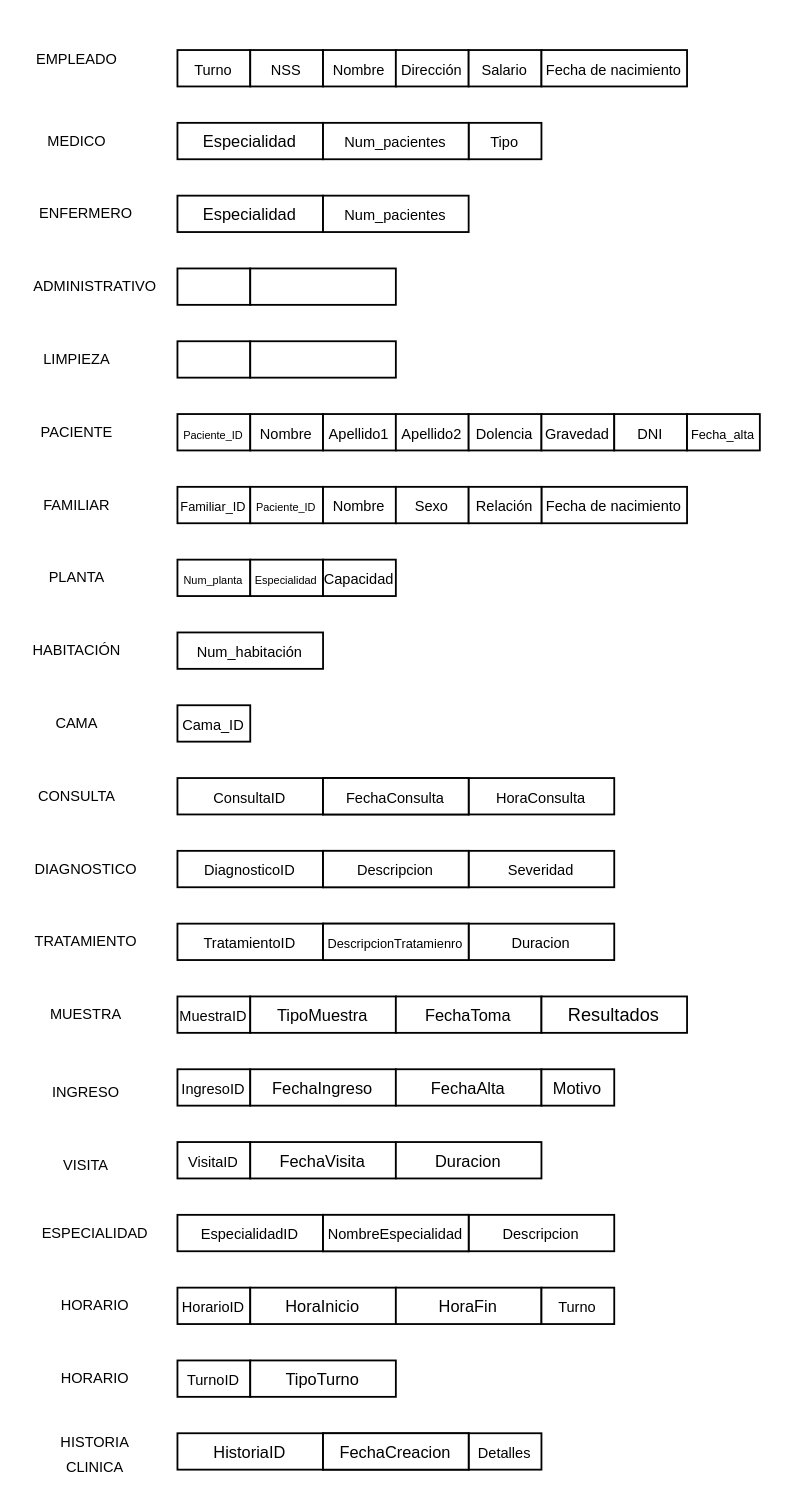
Before: Hospital_entdiad_relacion.drawio in JaviOsuna/Hospital, a draw.io diagram. Source tidied: cells renumbered, new cells numbered last; positions are measured from the earlier drawing's top-left corner, leaving out a move shared by most shapes. Both pictures are drawn from the tidied source at 182%, with x=0, y=0 at pixel (31, 31).
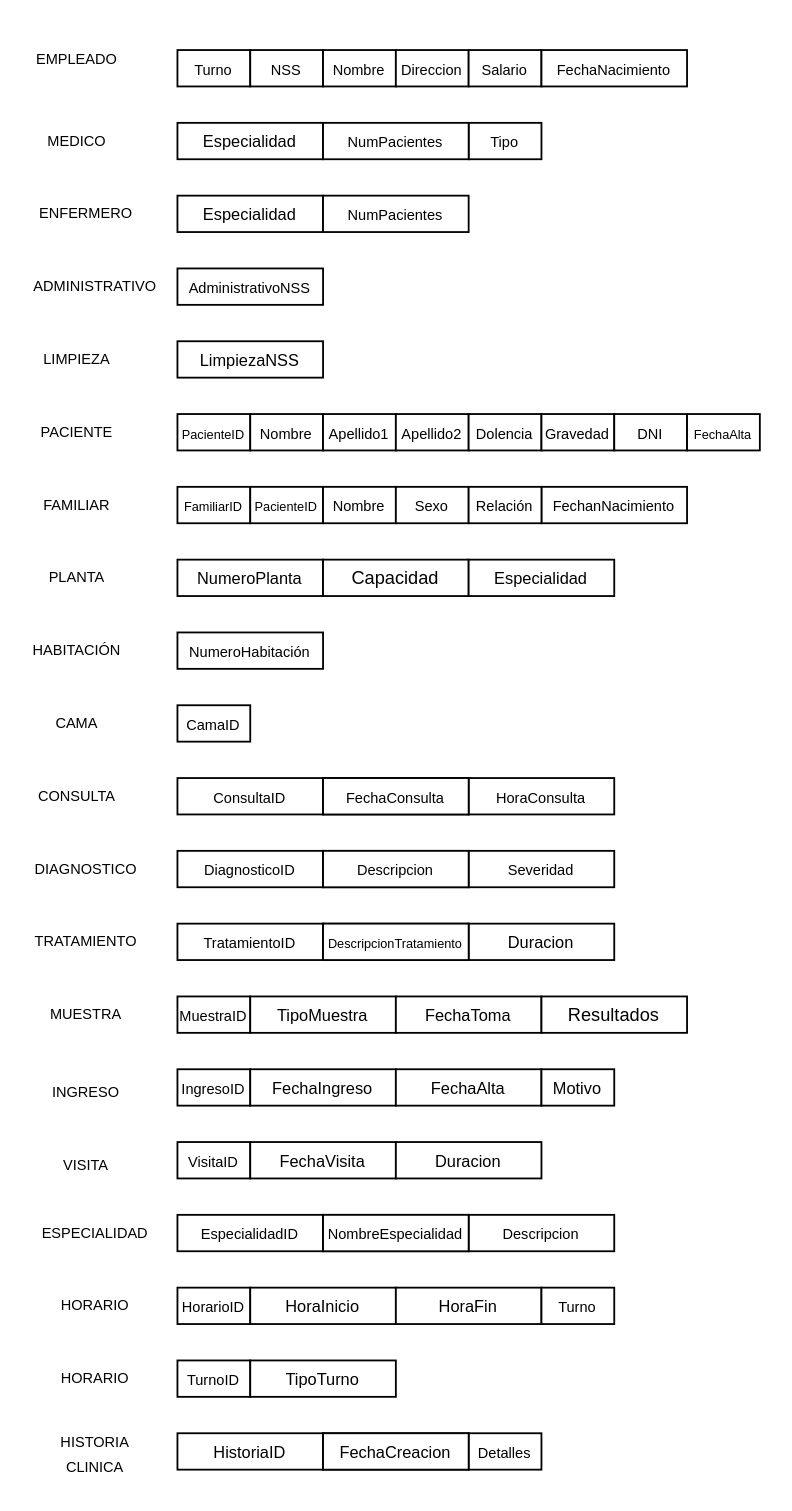
The same diagram, later.

Change to the diagram source:
```diff
@@
-    <mxCell id="11" value="&lt;font style=&quot;font-size: 8px;&quot;&gt;Dirección&lt;/font&gt;" style="text;html=1;align=center;verticalAlign=middle;whiteSpace=wrap;rounded=0;" parent="1" vertex="1">
+    <mxCell id="11" value="&lt;font style=&quot;font-size: 8px;&quot;&gt;Direccion&lt;/font&gt;" style="text;html=1;align=center;verticalAlign=middle;whiteSpace=wrap;rounded=0;" parent="1" vertex="1">
       <mxGeometry x="200" y="10" width="40" height="20" as="geometry" />
     </mxCell>
-    <mxCell id="12" value="&lt;font style=&quot;font-size: 8px;&quot;&gt;Fecha de nacimiento&lt;/font&gt;" style="text;html=1;align=center;verticalAlign=middle;whiteSpace=wrap;rounded=0;strokeWidth=0;" parent="1" vertex="1">
+    <mxCell id="12" value="&lt;font style=&quot;font-size: 8px;&quot;&gt;FechaNacimiento&lt;/font&gt;" style="text;html=1;align=center;verticalAlign=middle;whiteSpace=wrap;rounded=0;strokeWidth=0;" parent="1" vertex="1">
       <mxGeometry x="280" y="10" width="80" height="20" as="geometry" />
     </mxCell>
@@
-    <mxCell id="20" value="&lt;font style=&quot;font-size: 6px;&quot;&gt;Paciente_ID&lt;/font&gt;" style="text;html=1;align=center;verticalAlign=middle;whiteSpace=wrap;rounded=0;" parent="1" vertex="1">
+    <mxCell id="20" value="&lt;font style=&quot;font-size: 7px;&quot;&gt;PacienteID&lt;/font&gt;" style="text;html=1;align=center;verticalAlign=middle;whiteSpace=wrap;rounded=0;" parent="1" vertex="1">
       <mxGeometry x="80" y="210" width="40" height="20" as="geometry" />
     </mxCell>
@@
-    <mxCell id="35" value="&lt;font style=&quot;font-size: 8px;&quot;&gt;Num_&lt;/font&gt;&lt;span style=&quot;font-size: 8px; background-color: initial;&quot;&gt;pacientes&lt;/span&gt;" style="text;html=1;align=center;verticalAlign=middle;whiteSpace=wrap;rounded=0;" parent="1" vertex="1">
+    <mxCell id="35" value="&lt;font style=&quot;font-size: 8px;&quot;&gt;NumP&lt;/font&gt;&lt;span style=&quot;font-size: 8px; background-color: initial;&quot;&gt;acientes&lt;/span&gt;" style="text;html=1;align=center;verticalAlign=middle;whiteSpace=wrap;rounded=0;" parent="1" vertex="1">
       <mxGeometry x="160" y="50" width="80" height="20" as="geometry" />
     </mxCell>
@@
-    <mxCell id="39" value="&lt;font style=&quot;font-size: 8px;&quot;&gt;Cama_ID&lt;/font&gt;" style="rounded=0;whiteSpace=wrap;html=1;" parent="1" vertex="1">
+    <mxCell id="39" value="&lt;font style=&quot;font-size: 8px;&quot;&gt;CamaID&lt;/font&gt;" style="rounded=0;whiteSpace=wrap;html=1;" parent="1" vertex="1">
       <mxGeometry x="80" y="370" width="40" height="20" as="geometry" />
     </mxCell>
@@
-    <mxCell id="42" value="&lt;font style=&quot;font-size: 8px;&quot;&gt;Num_&lt;/font&gt;&lt;span style=&quot;font-size: 8px; background-color: initial;&quot;&gt;pacientes&lt;/span&gt;" style="text;html=1;align=center;verticalAlign=middle;whiteSpace=wrap;rounded=0;" parent="1" vertex="1">
+    <mxCell id="42" value="&lt;font style=&quot;font-size: 8px;&quot;&gt;NumP&lt;/font&gt;&lt;span style=&quot;font-size: 8px; background-color: initial;&quot;&gt;acientes&lt;/span&gt;" style="text;html=1;align=center;verticalAlign=middle;whiteSpace=wrap;rounded=0;" parent="1" vertex="1">
       <mxGeometry x="160" y="90" width="80" height="20" as="geometry" />
     </mxCell>
@@
-    <mxCell id="44" style="rounded=0;whiteSpace=wrap;html=1;" parent="1" vertex="1">
-      <mxGeometry x="80" y="130" width="40" height="20" as="geometry" />
-    </mxCell>
-    <mxCell id="45" style="rounded=0;whiteSpace=wrap;html=1;" parent="1" vertex="1">
-      <mxGeometry x="120" y="130" width="80" height="20" as="geometry" />
+    <mxCell id="45" value="&lt;font style=&quot;font-size: 8px;&quot;&gt;AdministrativoNSS&lt;/font&gt;" style="rounded=0;whiteSpace=wrap;html=1;" parent="1" vertex="1">
+      <mxGeometry x="80" y="130" width="80" height="20" as="geometry" />
     </mxCell>
-    <mxCell id="46" value="&lt;font style=&quot;font-size: 8px;&quot;&gt;Num_habitación&lt;/font&gt;" style="rounded=0;whiteSpace=wrap;html=1;" parent="1" vertex="1">
+    <mxCell id="46" value="&lt;font style=&quot;font-size: 8px;&quot;&gt;NumeroHabitación&lt;/font&gt;" style="rounded=0;whiteSpace=wrap;html=1;" parent="1" vertex="1">
       <mxGeometry x="80" y="330" width="80" height="20" as="geometry" />
     </mxCell>
@@
-    <mxCell id="48" style="rounded=0;whiteSpace=wrap;html=1;" parent="1" vertex="1">
-      <mxGeometry x="80" y="170" width="40" height="20" as="geometry" />
-    </mxCell>
-    <mxCell id="49" style="rounded=0;whiteSpace=wrap;html=1;" parent="1" vertex="1">
-      <mxGeometry x="120" y="170" width="80" height="20" as="geometry" />
+    <mxCell id="49" value="&lt;font style=&quot;font-size: 9px;&quot;&gt;LimpiezaNSS&lt;/font&gt;" style="rounded=0;whiteSpace=wrap;html=1;" parent="1" vertex="1">
+      <mxGeometry x="80" y="170" width="80" height="20" as="geometry" />
     </mxCell>
@@
-    <mxCell id="54" value="&lt;font style=&quot;font-size: 7px;&quot;&gt;Fecha_alta&lt;/font&gt;" style="text;html=1;align=center;verticalAlign=middle;whiteSpace=wrap;rounded=0;" parent="1" vertex="1">
+    <mxCell id="54" value="&lt;font style=&quot;font-size: 7px;&quot;&gt;FechaAlta&lt;/font&gt;" style="text;html=1;align=center;verticalAlign=middle;whiteSpace=wrap;rounded=0;" parent="1" vertex="1">
       <mxGeometry x="360" y="210" width="40" height="20" as="geometry" />
     </mxCell>
@@
-    <mxCell id="60" value="&lt;font style=&quot;font-size: 7px;&quot;&gt;Familiar_ID&lt;/font&gt;" style="text;html=1;align=center;verticalAlign=middle;whiteSpace=wrap;rounded=0;" parent="1" vertex="1">
+    <mxCell id="60" value="&lt;font style=&quot;font-size: 7px;&quot;&gt;FamiliarID&lt;/font&gt;" style="text;html=1;align=center;verticalAlign=middle;whiteSpace=wrap;rounded=0;" parent="1" vertex="1">
       <mxGeometry x="80" y="250" width="40" height="20" as="geometry" />
     </mxCell>
-    <mxCell id="61" value="&lt;font style=&quot;font-size: 6px;&quot;&gt;Paciente_ID&lt;/font&gt;" style="text;html=1;align=center;verticalAlign=middle;whiteSpace=wrap;rounded=0;" parent="1" vertex="1">
+    <mxCell id="61" value="&lt;font style=&quot;font-size: 7px;&quot;&gt;PacienteID&lt;/font&gt;" style="text;html=1;align=center;verticalAlign=middle;whiteSpace=wrap;rounded=0;" parent="1" vertex="1">
       <mxGeometry x="120" y="250" width="40" height="20" as="geometry" />
     </mxCell>
@@
-    <mxCell id="64" value="&lt;font style=&quot;font-size: 8px;&quot;&gt;Fecha de nacimiento&lt;/font&gt;" style="text;html=1;align=center;verticalAlign=middle;whiteSpace=wrap;rounded=0;strokeWidth=0;" parent="1" vertex="1">
+    <mxCell id="64" value="&lt;font style=&quot;font-size: 8px;&quot;&gt;FechanNacimiento&lt;/font&gt;" style="text;html=1;align=center;verticalAlign=middle;whiteSpace=wrap;rounded=0;strokeWidth=0;" parent="1" vertex="1">
       <mxGeometry x="280" y="250" width="80" height="20" as="geometry" />
     </mxCell>
@@
-    <mxCell id="67" style="rounded=0;whiteSpace=wrap;html=1;" parent="1" vertex="1">
-      <mxGeometry x="80" y="290" width="40" height="20" as="geometry" />
+    <mxCell id="67" value="&lt;font style=&quot;font-size: 9px;&quot;&gt;NumeroPlanta&lt;/font&gt;" style="rounded=0;whiteSpace=wrap;html=1;" parent="1" vertex="1">
+      <mxGeometry x="80" y="290" width="80" height="20" as="geometry" />
     </mxCell>
-    <mxCell id="68" style="rounded=0;whiteSpace=wrap;html=1;" parent="1" vertex="1">
-      <mxGeometry x="120" y="290" width="40" height="20" as="geometry" />
+    <mxCell id="68" value="&lt;font style=&quot;font-size: 10px;&quot;&gt;Capacidad&lt;/font&gt;" style="rounded=0;whiteSpace=wrap;html=1;" parent="1" vertex="1">
+      <mxGeometry x="160" y="290" width="80" height="20" as="geometry" />
     </mxCell>
-    <mxCell id="69" style="rounded=0;whiteSpace=wrap;html=1;" parent="1" vertex="1">
-      <mxGeometry x="160" y="290" width="40" height="20" as="geometry" />
+    <mxCell id="69" value="&lt;font style=&quot;font-size: 9px;&quot;&gt;Especialidad&lt;/font&gt;" style="rounded=0;whiteSpace=wrap;html=1;" parent="1" vertex="1">
+      <mxGeometry x="240" y="290" width="80" height="20" as="geometry" />
     </mxCell>
-    <mxCell id="70" value="&lt;font style=&quot;font-size: 6px;&quot;&gt;Num_planta&lt;/font&gt;" style="text;html=1;align=center;verticalAlign=middle;whiteSpace=wrap;rounded=0;" parent="1" vertex="1">
-      <mxGeometry x="80" y="290" width="40" height="20" as="geometry" />
-    </mxCell>
-    <mxCell id="71" value="&lt;font style=&quot;font-size: 6px;&quot;&gt;Especialidad&lt;/font&gt;" style="text;html=1;align=center;verticalAlign=middle;whiteSpace=wrap;rounded=0;" parent="1" vertex="1">
-      <mxGeometry x="120" y="290" width="40" height="20" as="geometry" />
-    </mxCell>
-    <mxCell id="72" value="&lt;span style=&quot;font-size: 8px;&quot;&gt;Capacidad&lt;/span&gt;" style="text;html=1;align=center;verticalAlign=middle;whiteSpace=wrap;rounded=0;" parent="1" vertex="1">
-      <mxGeometry x="160" y="290" width="40" height="20" as="geometry" />
-    </mxCell>
@@
-    <mxCell id="85" value="&lt;font style=&quot;font-size: 8px;&quot;&gt;Duracion&lt;/font&gt;" style="rounded=0;whiteSpace=wrap;html=1;" parent="1" vertex="1">
+    <mxCell id="85" value="&lt;font style=&quot;font-size: 9px;&quot;&gt;Duracion&lt;/font&gt;" style="rounded=0;whiteSpace=wrap;html=1;" parent="1" vertex="1">
       <mxGeometry x="240" y="490" width="80" height="20" as="geometry" />
     </mxCell>
-    <mxCell id="86" value="&lt;font style=&quot;font-size: 7px;&quot;&gt;DescripcionTratamienro&lt;/font&gt;" style="rounded=0;whiteSpace=wrap;html=1;" parent="1" vertex="1">
+    <mxCell id="86" value="&lt;font style=&quot;font-size: 7px;&quot;&gt;DescripcionTratamiento&lt;/font&gt;" style="rounded=0;whiteSpace=wrap;html=1;" parent="1" vertex="1">
       <mxGeometry x="160" y="490" width="80" height="20" as="geometry" />
     </mxCell>
```
